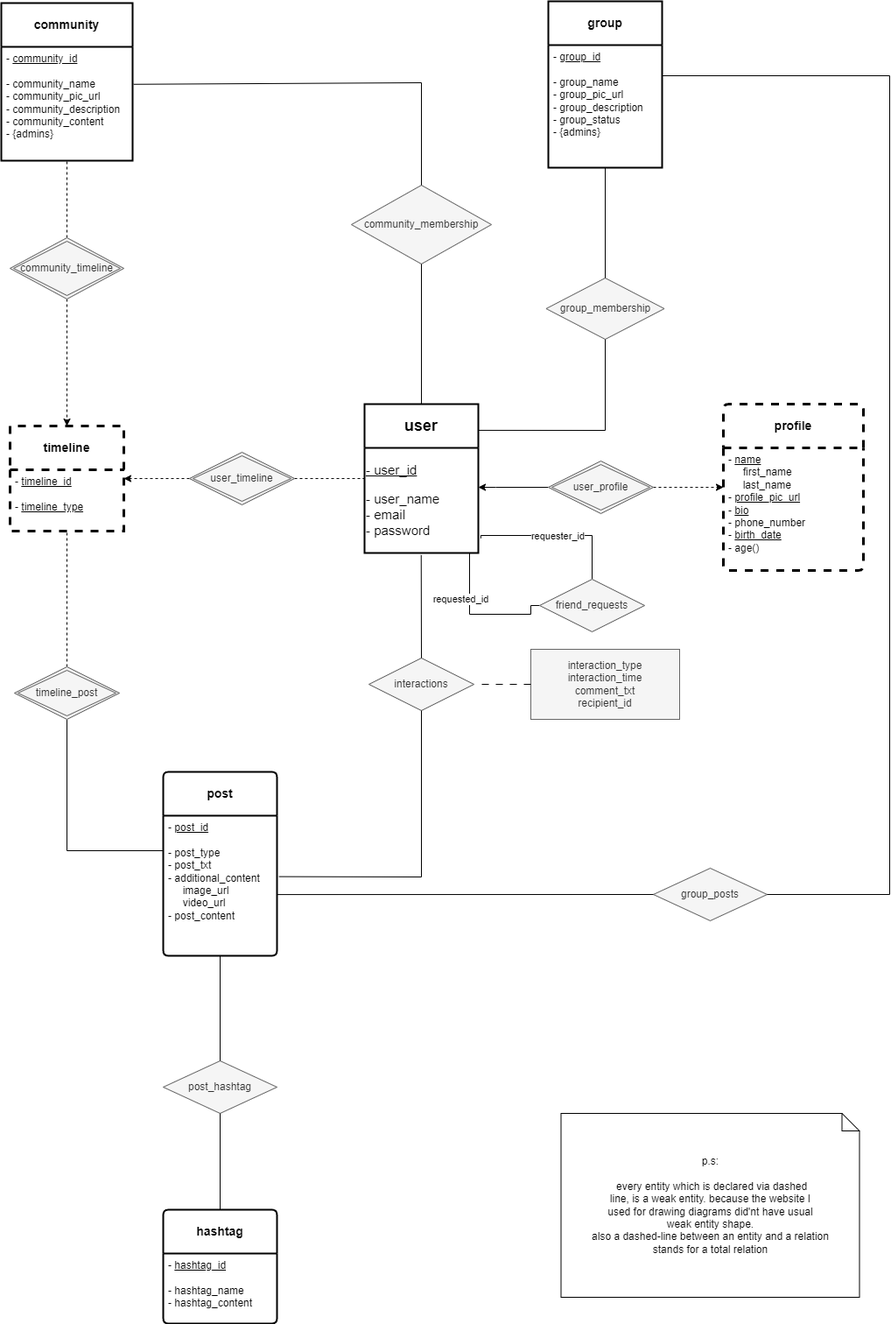
rezaAalaei/yu-gi-oh_messenger keeps this draw.io diagram as new_messenger_project.drawio.png. Above is the earlier version. Source tidied: cells renumbered, new cells last; positions are measured from the earlier drawing's top-left corner, leaving out a move shared by most shapes.
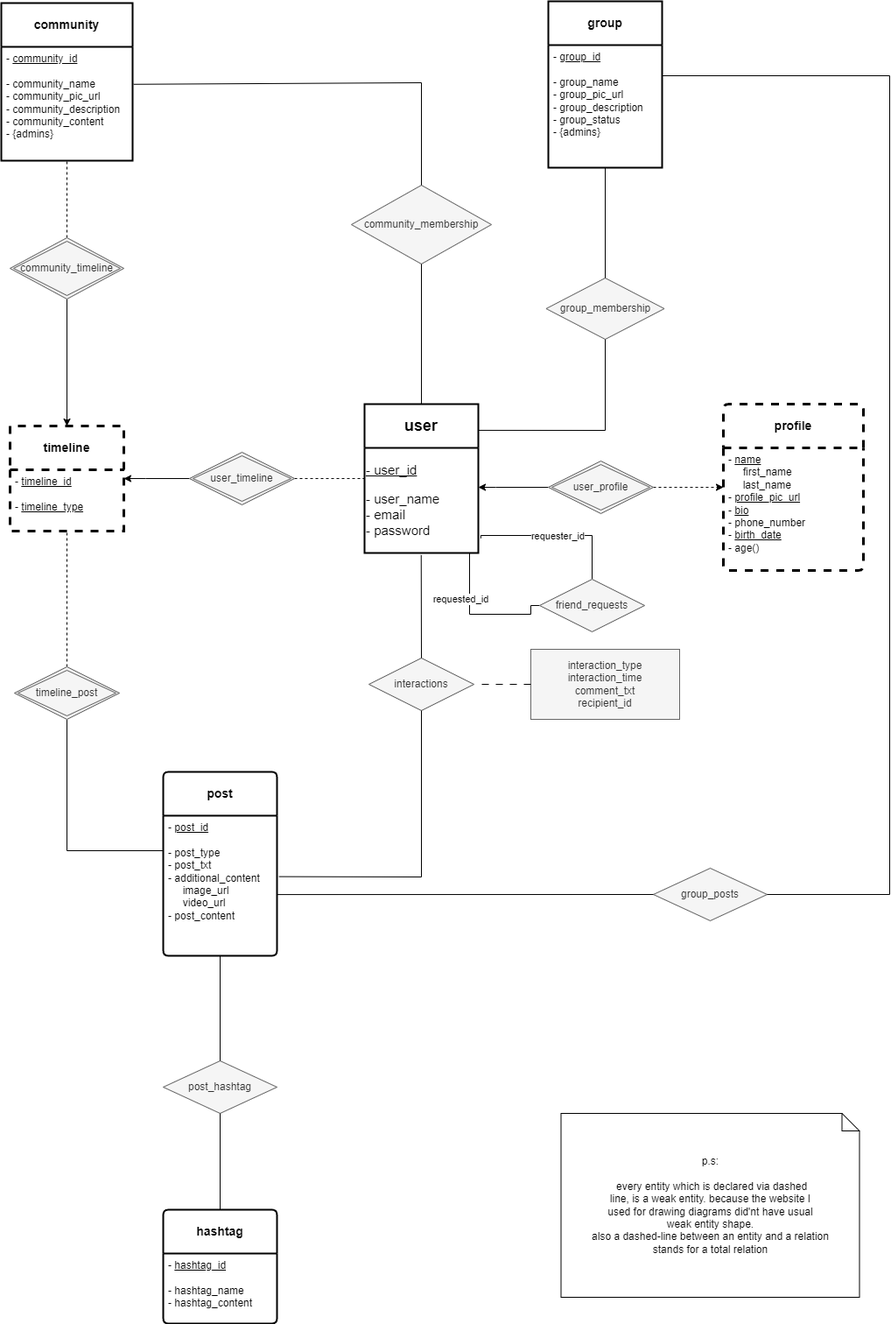
The same file after the commit.

Change to the diagram source:
```diff
@@ -161,10 +161,10 @@
         </Array>
       </mxGeometry>
     </mxCell>
-    <mxCell id="40" style="edgeStyle=orthogonalEdgeStyle;rounded=0;jettySize=auto;html=1;entryX=0.5;entryY=0;entryDx=0;entryDy=0;exitX=0.5;exitY=1;exitDx=0;exitDy=0;dashed=1;" parent="1" edge="1" source="45" target="36">
+    <mxCell id="40" style="edgeStyle=orthogonalEdgeStyle;rounded=0;jettySize=auto;html=1;entryX=0.5;entryY=0;entryDx=0;entryDy=0;exitX=0.5;exitY=1;exitDx=0;exitDy=0;" parent="1" edge="1" source="45" target="36">
       <mxGeometry relative="1" as="geometry" />
     </mxCell>
-    <mxCell id="41" style="edgeStyle=orthogonalEdgeStyle;rounded=0;jettySize=auto;html=1;exitX=0;exitY=0.5;exitDx=0;exitDy=0;dashed=1;" parent="1" edge="1" source="44" target="37">
+    <mxCell id="41" style="edgeStyle=orthogonalEdgeStyle;rounded=0;jettySize=auto;html=1;exitX=0;exitY=0.5;exitDx=0;exitDy=0;" parent="1" edge="1" source="44" target="37">
       <mxGeometry relative="1" as="geometry">
         <Array as="points">
           <mxPoint x="165" y="545" />
```
